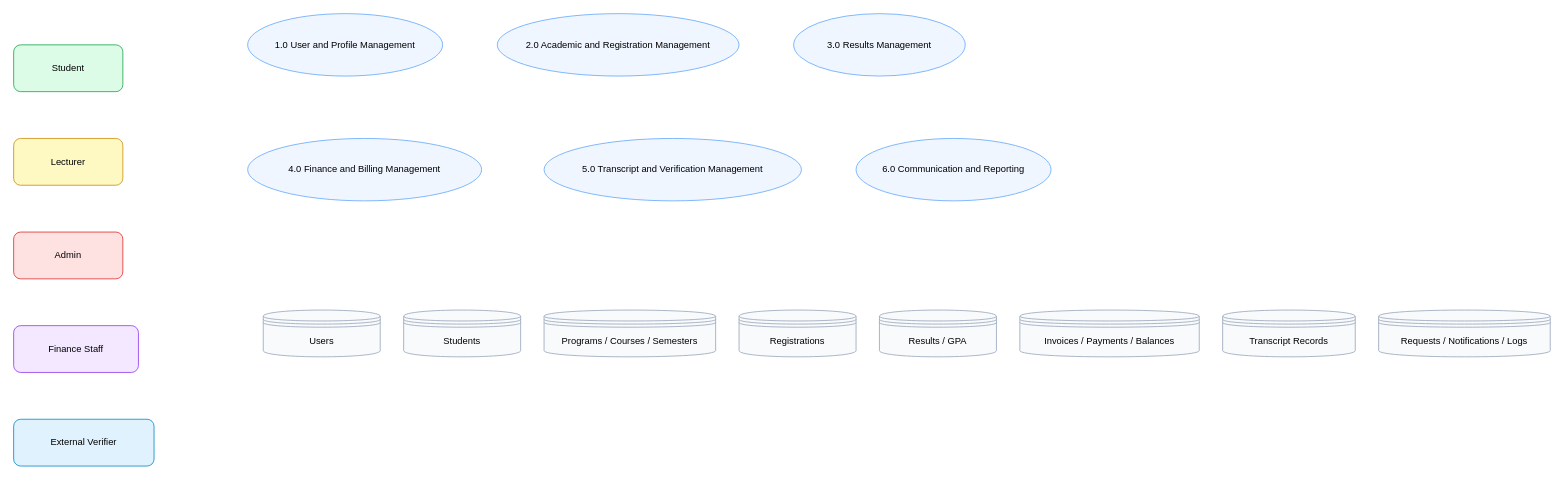
AROSOFTio/smns keeps this draw.io diagram as docs/diagrams/smns-dfd-level-1.drawio. Above is the earlier version. Source tidied: cells renumbered, new cells numbered last; positions are measured from the earlier drawing's top-left corner, leaving out a move shared by most shapes. Both pictures are drawn from the tidied source at 78%, with x=0, y=0 at pixel (13, 13).
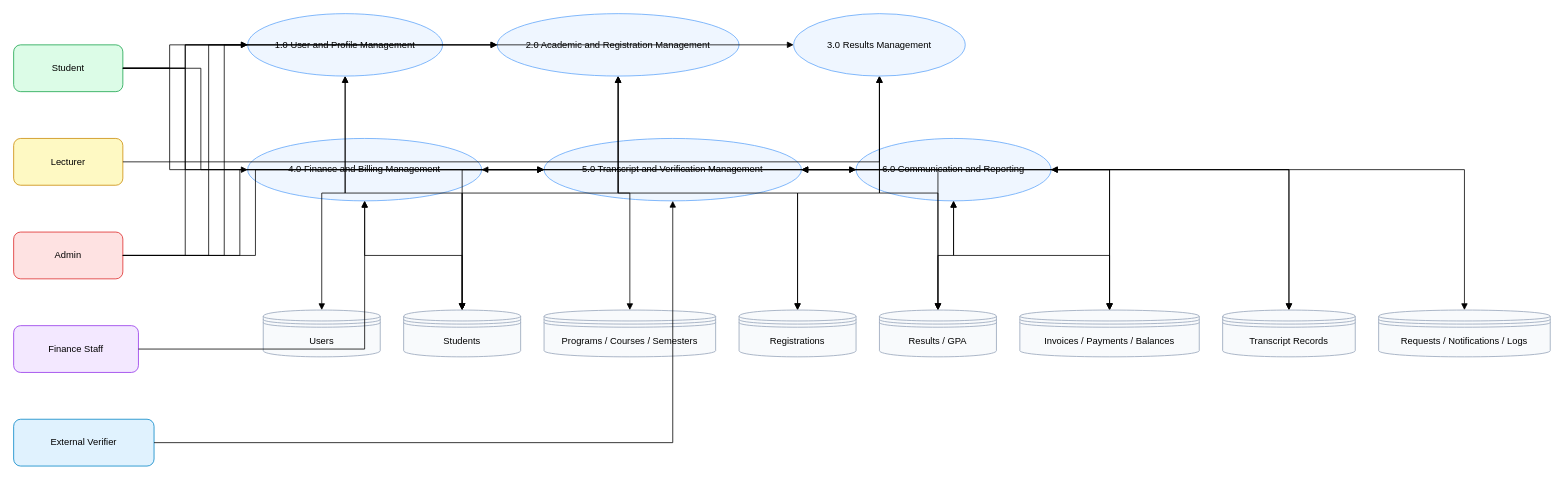
Above is the later version.

Unchanged cells that the change refers to:
```xml
<mxCell id="2" value="Student" style="rounded=1;whiteSpace=wrap;html=1;fillColor=#dcfce7;strokeColor=#16a34a;" parent="1" vertex="1">
  <mxGeometry y="40" width="140" height="60" as="geometry" />
</mxCell>
<mxCell id="3" value="Lecturer" style="rounded=1;whiteSpace=wrap;html=1;fillColor=#fef9c3;strokeColor=#ca8a04;" parent="1" vertex="1">
  <mxGeometry y="160" width="140" height="60" as="geometry" />
</mxCell>
<mxCell id="4" value="Admin" style="rounded=1;whiteSpace=wrap;html=1;fillColor=#fee2e2;strokeColor=#dc2626;" parent="1" vertex="1">
  <mxGeometry y="280" width="140" height="60" as="geometry" />
</mxCell>
<mxCell id="5" value="Finance Staff" style="rounded=1;whiteSpace=wrap;html=1;fillColor=#f3e8ff;strokeColor=#9333ea;" parent="1" vertex="1">
  <mxGeometry y="400" width="160" height="60" as="geometry" />
</mxCell>
<mxCell id="6" value="External Verifier" style="rounded=1;whiteSpace=wrap;html=1;fillColor=#e0f2fe;strokeColor=#0284c7;" parent="1" vertex="1">
  <mxGeometry y="520" width="180" height="60" as="geometry" />
</mxCell>
<mxCell id="7" value="1.0 User and Profile Management" style="ellipse;whiteSpace=wrap;html=1;fillColor=#eff6ff;strokeColor=#60a5fa;" parent="1" vertex="1">
  <mxGeometry x="300" width="250" height="80" as="geometry" />
</mxCell>
<mxCell id="8" value="2.0 Academic and Registration Management" style="ellipse;whiteSpace=wrap;html=1;fillColor=#eff6ff;strokeColor=#60a5fa;" parent="1" vertex="1">
  <mxGeometry x="620" width="310" height="80" as="geometry" />
</mxCell>
<mxCell id="9" value="3.0 Results Management" style="ellipse;whiteSpace=wrap;html=1;fillColor=#eff6ff;strokeColor=#60a5fa;" parent="1" vertex="1">
  <mxGeometry x="1000" width="220" height="80" as="geometry" />
</mxCell>
<mxCell id="10" value="4.0 Finance and Billing Management" style="ellipse;whiteSpace=wrap;html=1;fillColor=#eff6ff;strokeColor=#60a5fa;" parent="1" vertex="1">
  <mxGeometry x="300" y="160" width="300" height="80" as="geometry" />
</mxCell>
<mxCell id="11" value="5.0 Transcript and Verification Management" style="ellipse;whiteSpace=wrap;html=1;fillColor=#eff6ff;strokeColor=#60a5fa;" parent="1" vertex="1">
  <mxGeometry x="680" y="160" width="330" height="80" as="geometry" />
</mxCell>
<mxCell id="12" value="6.0 Communication and Reporting" style="ellipse;whiteSpace=wrap;html=1;fillColor=#eff6ff;strokeColor=#60a5fa;" parent="1" vertex="1">
  <mxGeometry x="1080" y="160" width="250" height="80" as="geometry" />
</mxCell>
<mxCell id="13" value="Users" style="shape=datastore;whiteSpace=wrap;html=1;fillColor=#f8fafc;strokeColor=#94a3b8;" parent="1" vertex="1">
  <mxGeometry x="320" y="380" width="150" height="60" as="geometry" />
</mxCell>
<mxCell id="14" value="Students" style="shape=datastore;whiteSpace=wrap;html=1;fillColor=#f8fafc;strokeColor=#94a3b8;" parent="1" vertex="1">
  <mxGeometry x="500" y="380" width="150" height="60" as="geometry" />
</mxCell>
<mxCell id="15" value="Programs / Courses / Semesters" style="shape=datastore;whiteSpace=wrap;html=1;fillColor=#f8fafc;strokeColor=#94a3b8;" parent="1" vertex="1">
  <mxGeometry x="680" y="380" width="220" height="60" as="geometry" />
</mxCell>
<mxCell id="16" value="Registrations" style="shape=datastore;whiteSpace=wrap;html=1;fillColor=#f8fafc;strokeColor=#94a3b8;" parent="1" vertex="1">
  <mxGeometry x="930" y="380" width="150" height="60" as="geometry" />
</mxCell>
<mxCell id="17" value="Results / GPA" style="shape=datastore;whiteSpace=wrap;html=1;fillColor=#f8fafc;strokeColor=#94a3b8;" parent="1" vertex="1">
  <mxGeometry x="1110" y="380" width="150" height="60" as="geometry" />
</mxCell>
<mxCell id="18" value="Invoices / Payments / Balances" style="shape=datastore;whiteSpace=wrap;html=1;fillColor=#f8fafc;strokeColor=#94a3b8;" parent="1" vertex="1">
  <mxGeometry x="1290" y="380" width="230" height="60" as="geometry" />
</mxCell>
<mxCell id="19" value="Transcript Records" style="shape=datastore;whiteSpace=wrap;html=1;fillColor=#f8fafc;strokeColor=#94a3b8;" parent="1" vertex="1">
  <mxGeometry x="1550" y="380" width="170" height="60" as="geometry" />
</mxCell>
<mxCell id="20" value="Requests / Notifications / Logs" style="shape=datastore;whiteSpace=wrap;html=1;fillColor=#f8fafc;strokeColor=#94a3b8;" parent="1" vertex="1">
  <mxGeometry x="1750" y="380" width="220" height="60" as="geometry" />
</mxCell>
```

Change to the diagram source:
```diff
@@
-    <mxCell id="21" style="endArrow=block;edgeStyle=orthogonalEdgeStyle;rounded=0;html=1;" parent="1" edge="1">
-      <mxGeometry relative="1" as="geometry" />
-    </mxCell>
+    <mxCell id="22" style="edgeStyle=orthogonalEdgeStyle;rounded=0;html=1;endArrow=block;" parent="1" edge="1" source="2" target="7">
+      <mxGeometry relative="1" as="geometry" />
+    </mxCell>
+    <mxCell id="23" style="edgeStyle=orthogonalEdgeStyle;rounded=0;html=1;endArrow=block;" parent="1" edge="1" source="2" target="8">
+      <mxGeometry relative="1" as="geometry">
+        <Array as="points">
+          <mxPoint x="200" y="70" />
+          <mxPoint x="200" y="40" />
+        </Array>
+      </mxGeometry>
+    </mxCell>
+    <mxCell id="24" style="edgeStyle=orthogonalEdgeStyle;rounded=0;html=1;endArrow=block;" parent="1" edge="1" source="2" target="10">
+      <mxGeometry relative="1" as="geometry">
+        <Array as="points">
+          <mxPoint x="200" y="70" />
+          <mxPoint x="200" y="200" />
+        </Array>
+      </mxGeometry>
+    </mxCell>
+    <mxCell id="25" style="edgeStyle=orthogonalEdgeStyle;rounded=0;html=1;endArrow=block;" parent="1" edge="1" source="2" target="11">
+      <mxGeometry relative="1" as="geometry">
+        <Array as="points">
+          <mxPoint x="220" y="70" />
+          <mxPoint x="220" y="200" />
+        </Array>
+      </mxGeometry>
+    </mxCell>
+    <mxCell id="26" style="edgeStyle=orthogonalEdgeStyle;rounded=0;html=1;endArrow=block;" parent="1" edge="1" source="2" target="12">
+      <mxGeometry relative="1" as="geometry">
+        <Array as="points">
+          <mxPoint x="240" y="70" />
+          <mxPoint x="240" y="200" />
+        </Array>
+      </mxGeometry>
+    </mxCell>
+    <mxCell id="27" style="edgeStyle=orthogonalEdgeStyle;rounded=0;html=1;endArrow=block;" parent="1" edge="1" source="3" target="9">
+      <mxGeometry relative="1" as="geometry" />
+    </mxCell>
+    <mxCell id="28" style="edgeStyle=orthogonalEdgeStyle;rounded=0;html=1;endArrow=block;" parent="1" edge="1" source="4" target="7">
+      <mxGeometry relative="1" as="geometry">
+        <Array as="points">
+          <mxPoint x="220" y="310" />
+          <mxPoint x="220" y="40" />
+        </Array>
+      </mxGeometry>
+    </mxCell>
+    <mxCell id="29" style="edgeStyle=orthogonalEdgeStyle;rounded=0;html=1;endArrow=block;" parent="1" edge="1" source="4" target="8">
+      <mxGeometry relative="1" as="geometry">
+        <Array as="points">
+          <mxPoint x="250" y="310" />
+          <mxPoint x="250" y="40" />
+        </Array>
+      </mxGeometry>
+    </mxCell>
+    <mxCell id="30" style="edgeStyle=orthogonalEdgeStyle;rounded=0;html=1;endArrow=block;" parent="1" edge="1" source="4" target="9">
+      <mxGeometry relative="1" as="geometry">
+        <Array as="points">
+          <mxPoint x="270" y="310" />
+          <mxPoint x="270" y="40" />
+        </Array>
+      </mxGeometry>
+    </mxCell>
+    <mxCell id="31" style="edgeStyle=orthogonalEdgeStyle;rounded=0;html=1;endArrow=block;" parent="1" edge="1" source="4" target="11">
+      <mxGeometry relative="1" as="geometry">
+        <Array as="points">
+          <mxPoint x="290" y="310" />
+          <mxPoint x="290" y="200" />
+        </Array>
+      </mxGeometry>
+    </mxCell>
+    <mxCell id="32" style="edgeStyle=orthogonalEdgeStyle;rounded=0;html=1;endArrow=block;" parent="1" edge="1" source="4" target="12">
+      <mxGeometry relative="1" as="geometry">
+        <Array as="points">
+          <mxPoint x="310" y="310" />
+          <mxPoint x="310" y="200" />
+        </Array>
+      </mxGeometry>
+    </mxCell>
+    <mxCell id="33" style="edgeStyle=orthogonalEdgeStyle;rounded=0;html=1;endArrow=block;" parent="1" edge="1" source="5" target="10">
+      <mxGeometry relative="1" as="geometry" />
+    </mxCell>
+    <mxCell id="34" style="edgeStyle=orthogonalEdgeStyle;rounded=0;html=1;endArrow=block;" parent="1" edge="1" source="6" target="11">
+      <mxGeometry relative="1" as="geometry" />
+    </mxCell>
+    <mxCell id="35" style="edgeStyle=orthogonalEdgeStyle;rounded=0;html=1;endArrow=block;startArrow=block;" parent="1" edge="1" source="7" target="13">
+      <mxGeometry relative="1" as="geometry" />
+    </mxCell>
+    <mxCell id="36" style="edgeStyle=orthogonalEdgeStyle;rounded=0;html=1;endArrow=block;startArrow=block;" parent="1" edge="1" source="7" target="14">
+      <mxGeometry relative="1" as="geometry" />
+    </mxCell>
+    <mxCell id="37" style="edgeStyle=orthogonalEdgeStyle;rounded=0;html=1;endArrow=block;startArrow=block;" parent="1" edge="1" source="8" target="14">
+      <mxGeometry relative="1" as="geometry" />
+    </mxCell>
+    <mxCell id="38" style="edgeStyle=orthogonalEdgeStyle;rounded=0;html=1;endArrow=block;startArrow=block;" parent="1" edge="1" source="8" target="15">
+      <mxGeometry relative="1" as="geometry" />
+    </mxCell>
+    <mxCell id="39" style="edgeStyle=orthogonalEdgeStyle;rounded=0;html=1;endArrow=block;startArrow=block;" parent="1" edge="1" source="8" target="16">
+      <mxGeometry relative="1" as="geometry" />
+    </mxCell>
+    <mxCell id="40" style="edgeStyle=orthogonalEdgeStyle;rounded=0;html=1;endArrow=block;startArrow=block;" parent="1" edge="1" source="9" target="16">
+      <mxGeometry relative="1" as="geometry" />
+    </mxCell>
+    <mxCell id="41" style="edgeStyle=orthogonalEdgeStyle;rounded=0;html=1;endArrow=block;startArrow=block;" parent="1" edge="1" source="9" target="17">
+      <mxGeometry relative="1" as="geometry" />
+    </mxCell>
+    <mxCell id="42" style="edgeStyle=orthogonalEdgeStyle;rounded=0;html=1;endArrow=block;startArrow=block;" parent="1" edge="1" source="10" target="14">
+      <mxGeometry relative="1" as="geometry" />
+    </mxCell>
+    <mxCell id="43" style="edgeStyle=orthogonalEdgeStyle;rounded=0;html=1;endArrow=block;startArrow=block;" parent="1" edge="1" source="10" target="18">
+      <mxGeometry relative="1" as="geometry" />
+    </mxCell>
+    <mxCell id="44" style="edgeStyle=orthogonalEdgeStyle;rounded=0;html=1;endArrow=block;startArrow=block;" parent="1" edge="1" source="11" target="14">
+      <mxGeometry relative="1" as="geometry" />
+    </mxCell>
+    <mxCell id="45" style="edgeStyle=orthogonalEdgeStyle;rounded=0;html=1;endArrow=block;startArrow=block;" parent="1" edge="1" source="11" target="17">
+      <mxGeometry relative="1" as="geometry" />
+    </mxCell>
+    <mxCell id="46" style="edgeStyle=orthogonalEdgeStyle;rounded=0;html=1;endArrow=block;startArrow=block;" parent="1" edge="1" source="11" target="18">
+      <mxGeometry relative="1" as="geometry" />
+    </mxCell>
+    <mxCell id="47" style="edgeStyle=orthogonalEdgeStyle;rounded=0;html=1;endArrow=block;startArrow=block;" parent="1" edge="1" source="11" target="19">
+      <mxGeometry relative="1" as="geometry" />
+    </mxCell>
+    <mxCell id="48" style="edgeStyle=orthogonalEdgeStyle;rounded=0;html=1;endArrow=block;startArrow=block;" parent="1" edge="1" source="12" target="20">
+      <mxGeometry relative="1" as="geometry" />
+    </mxCell>
+    <mxCell id="49" style="edgeStyle=orthogonalEdgeStyle;rounded=0;html=1;endArrow=block;startArrow=block;" parent="1" edge="1" source="12" target="17">
+      <mxGeometry relative="1" as="geometry" />
+    </mxCell>
+    <mxCell id="50" style="edgeStyle=orthogonalEdgeStyle;rounded=0;html=1;endArrow=block;startArrow=block;" parent="1" edge="1" source="12" target="18">
+      <mxGeometry relative="1" as="geometry" />
+    </mxCell>
+    <mxCell id="51" style="edgeStyle=orthogonalEdgeStyle;rounded=0;html=1;endArrow=block;startArrow=block;" parent="1" edge="1" source="12" target="19">
+      <mxGeometry relative="1" as="geometry" />
+    </mxCell>
```
